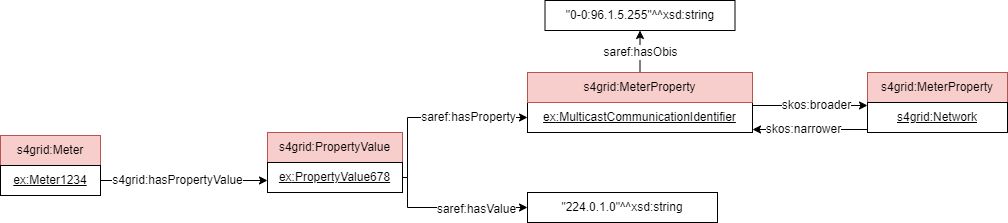
Sergio-Carulli/saref4grid keeps this draw.io diagram as documentation/diagrams/SAREF4GRID_Example_meter_1.png. Above is the earlier version. Source tidied: cells renumbered, new cells last; positions are measured from the earlier drawing's top-left corner, leaving out a move shared by most shapes.
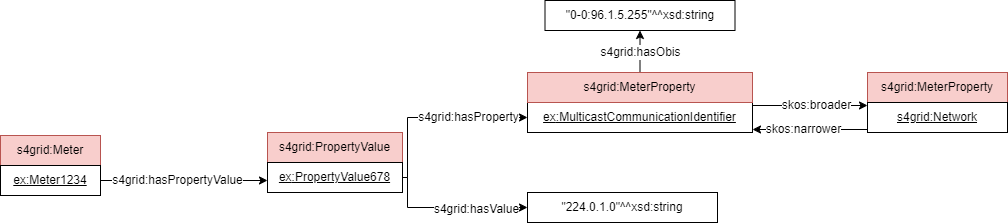
The same file after the commit.

Diff of the diagram source:
```diff
@@ -14,7 +14,7 @@
     <mxCell id="5" value="&lt;u&gt;s4grid:Network&lt;/u&gt;" style="rounded=0;whiteSpace=wrap;html=1;snapToPoint=1;points=[[0.1,0],[0.2,0],[0.3,0],[0.4,0],[0.5,0],[0.6,0],[0.7,0],[0.8,0],[0.9,0],[0,0.1],[0,0.3],[0,0.5],[0,0.7],[0,0.9],[0.1,1],[0.2,1],[0.3,1],[0.4,1],[0.5,1],[0.6,1],[0.7,1],[0.8,1],[0.9,1],[1,0.1],[1,0.3],[1,0.5],[1,0.7],[1,0.9]];" parent="1" vertex="1">
       <mxGeometry x="867" y="102" width="140" height="30" as="geometry" />
     </mxCell>
-    <mxCell id="6" value="saref:hasProperty" style="rounded=0;jettySize=auto;html=1;exitX=1;exitY=0.5;exitDx=0;exitDy=0;fontSize=12;entryX=0;entryY=0.5;entryDx=0;entryDy=0;edgeStyle=orthogonalEdgeStyle;" parent="1" edge="1" source="3" target="7">
+    <mxCell id="6" value="s4grid:hasProperty" style="rounded=0;jettySize=auto;html=1;exitX=1;exitY=0.5;exitDx=0;exitDy=0;fontSize=12;entryX=0;entryY=0.5;entryDx=0;entryDy=0;edgeStyle=orthogonalEdgeStyle;" parent="1" edge="1" source="3" target="7">
       <mxGeometry x="0.36" relative="1" as="geometry">
         <Array as="points">
           <mxPoint x="407" y="177" />
@@ -34,13 +34,13 @@
     <mxCell id="10" value="&quot;0-0:96.1.5.255&quot;^^xsd:string" style="rounded=0;whiteSpace=wrap;html=1;snapToPoint=1;align=center;" parent="1" vertex="1">
       <mxGeometry x="544.5" width="190" height="30" as="geometry" />
     </mxCell>
-    <mxCell id="11" value="saref:hasObis" style="rounded=0;jettySize=auto;html=1;fontSize=12;entryX=0.5;entryY=1;entryDx=0;entryDy=0;exitX=0.5;exitY=0;exitDx=0;exitDy=0;" parent="1" edge="1" source="17" target="10">
+    <mxCell id="11" value="s4grid:hasObis" style="rounded=0;jettySize=auto;html=1;fontSize=12;entryX=0.5;entryY=1;entryDx=0;entryDy=0;exitX=0.5;exitY=0;exitDx=0;exitDy=0;" parent="1" edge="1" source="17" target="10">
       <mxGeometry x="-0.05" relative="1" as="geometry" />
     </mxCell>
     <mxCell id="12" value="&quot;224.0.1.0&quot;^^xsd:string" style="rounded=0;whiteSpace=wrap;html=1;snapToPoint=1;align=center;" parent="1" vertex="1">
       <mxGeometry x="527" y="192" width="190" height="30" as="geometry" />
     </mxCell>
-    <mxCell id="13" value="saref:hasValue" style="rounded=0;jettySize=auto;html=1;exitX=1;exitY=0.5;exitDx=0;exitDy=0;fontSize=12;entryX=0;entryY=0.5;entryDx=0;entryDy=0;edgeStyle=orthogonalEdgeStyle;" parent="1" edge="1" source="3" target="12">
+    <mxCell id="13" value="s4grid:hasValue" style="rounded=0;jettySize=auto;html=1;exitX=1;exitY=0.5;exitDx=0;exitDy=0;fontSize=12;entryX=0;entryY=0.5;entryDx=0;entryDy=0;edgeStyle=orthogonalEdgeStyle;" parent="1" edge="1" source="3" target="12">
       <mxGeometry x="0.34" y="-2" relative="1" as="geometry">
         <Array as="points">
           <mxPoint x="407" y="177" />
```
